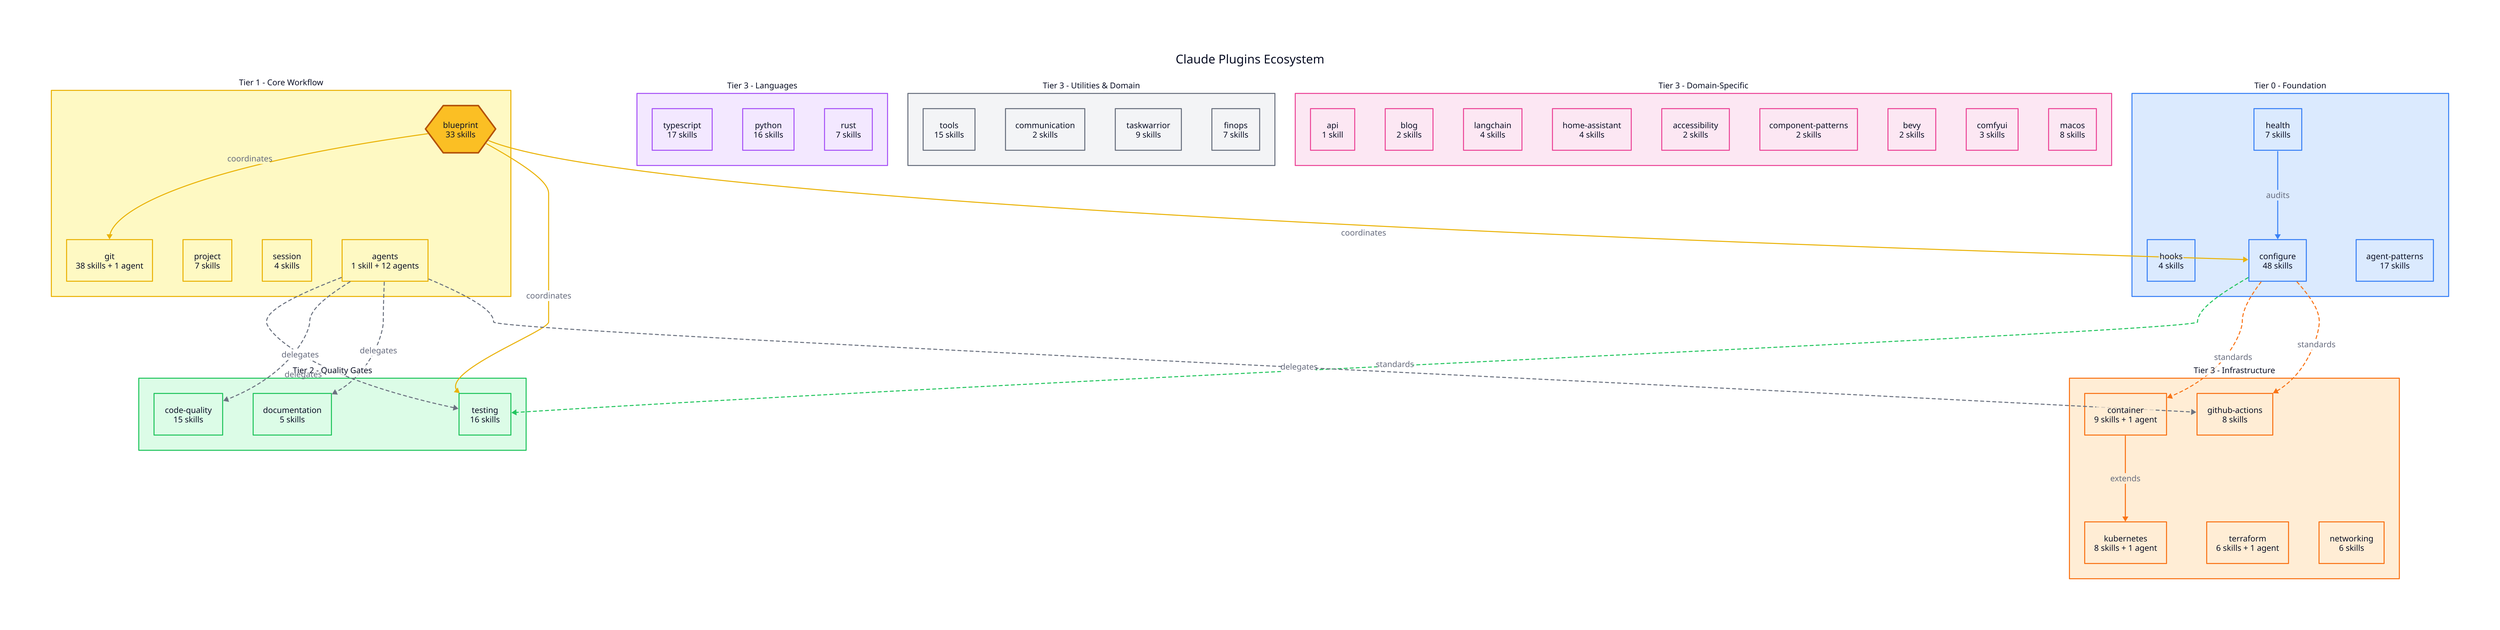
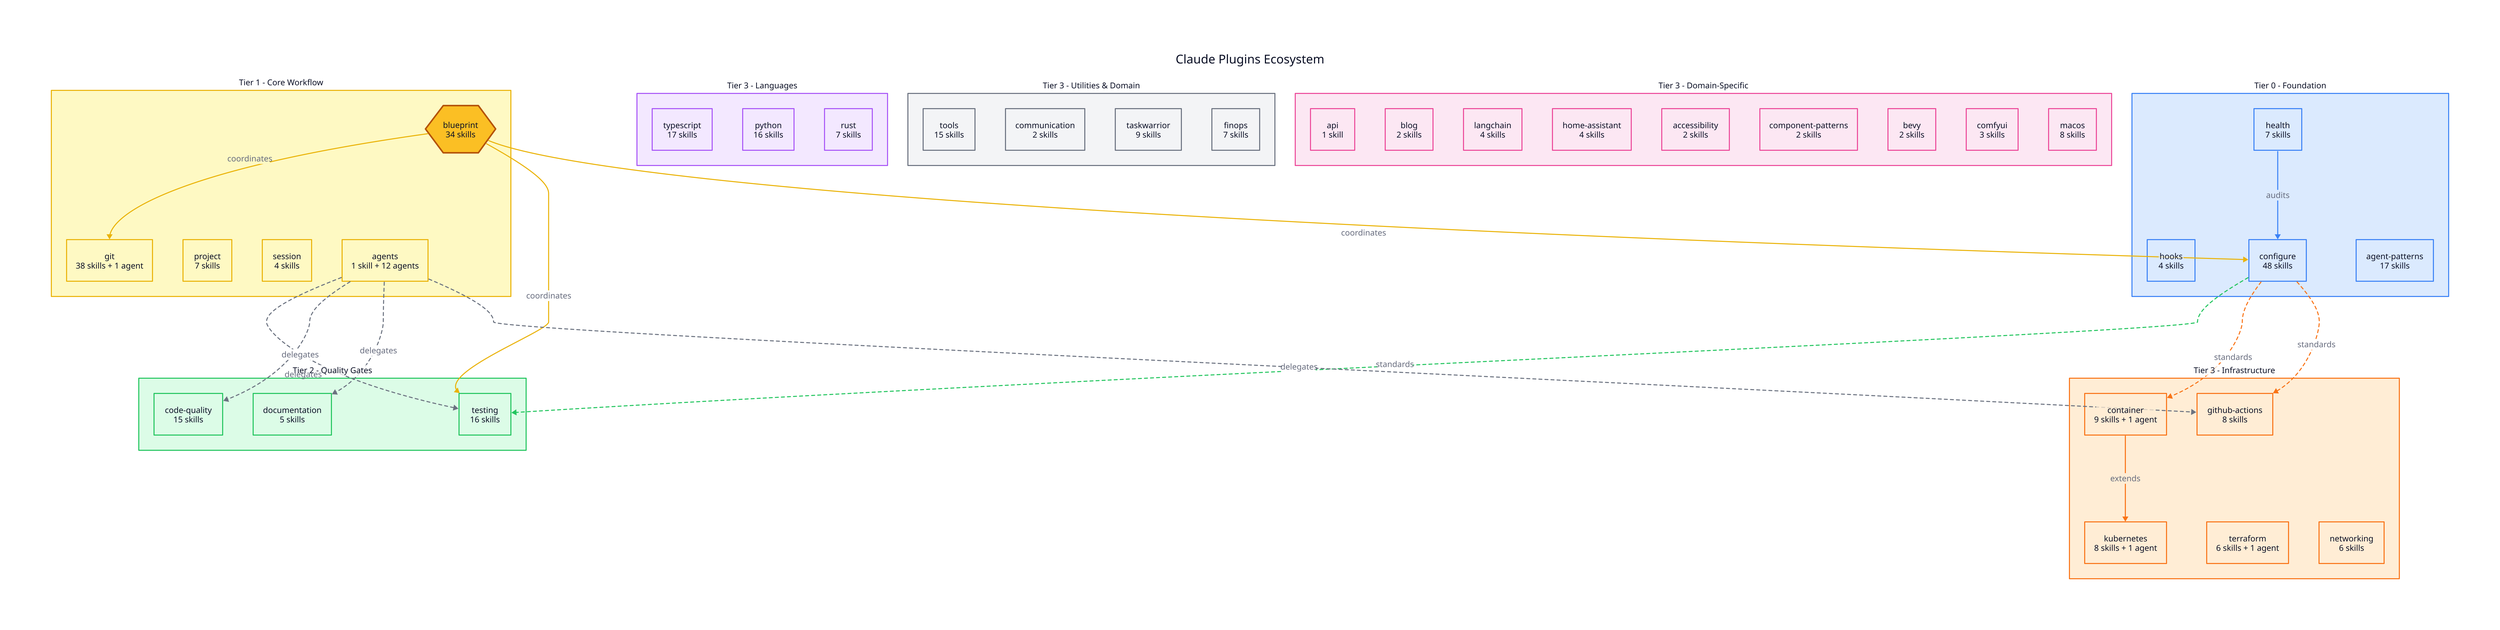
direction: down

title: "Claude Plugins Ecosystem" {
  near: top-center
  shape: text
  style: {
    font-size: 24
    bold: true
  }
}

# === CLASSES ===
classes: {
  foundation: {
    style.fill: "#dbeafe"
    style.stroke: "#3b82f6"
  }
  core: {
    style.fill: "#fef9c3"
    style.stroke: "#eab308"
  }
  quality: {
    style.fill: "#dcfce7"
    style.stroke: "#22c55e"
  }
  language: {
    style.fill: "#f3e8ff"
    style.stroke: "#a855f7"
  }
  infra: {
    style.fill: "#ffedd5"
    style.stroke: "#f97316"
  }
  utility: {
    style.fill: "#f3f4f6"
    style.stroke: "#6b7280"
  }
  domain: {
    style.fill: "#fce7f3"
    style.stroke: "#ec4899"
  }
}

# === TIER 0: FOUNDATION ===
foundation: {
  label: "Tier 0 - Foundation"
  class: foundation
  style.font-size: 16
  style.bold: true

  health: {
    label: "health\n7 skills"
    shape: rectangle
    class: foundation
  }
  hooks: {
    label: "hooks\n4 skills"
    shape: rectangle
    class: foundation
  }
  configure: {
    label: "configure\n48 skills"
    shape: rectangle
    class: foundation
  }
  agent-patterns: {
    label: "agent-patterns\n17 skills"
    shape: rectangle
    class: foundation
  }
}

# === TIER 1: CORE WORKFLOW ===
core: {
  label: "Tier 1 - Core Workflow"
  class: core
  style.font-size: 16
  style.bold: true

  blueprint: {
-     label: "blueprint\n33 skills"
+     label: "blueprint\n34 skills"
    shape: hexagon
    style.fill: "#fbbf24"
    style.stroke: "#b45309"
    style.stroke-width: 3
  }
  git: {
    label: "git\n38 skills + 1 agent"
    shape: rectangle
    class: core
  }
  project: {
    label: "project\n7 skills"
    shape: rectangle
    class: core
  }
  session: {
    label: "session\n4 skills"
    shape: rectangle
    class: core
  }
  agents: {
    label: "agents\n1 skill + 12 agents"
    shape: rectangle
    class: core
  }
}

# === TIER 2: QUALITY GATES ===
quality: {
  label: "Tier 2 - Quality Gates"
  class: quality
  style.font-size: 16
  style.bold: true

  testing: {
    label: "testing\n16 skills"
    shape: rectangle
    class: quality
  }
  code-quality: {
    label: "code-quality\n15 skills"
    shape: rectangle
    class: quality
  }
  documentation: {
    label: "documentation\n5 skills"
    shape: rectangle
    class: quality
  }
}

# === TIER 3: LANGUAGE ===
language: {
  label: "Tier 3 - Languages"
  class: language
  style.font-size: 16
  style.bold: true

  typescript: {
    label: "typescript\n17 skills"
    shape: rectangle
    class: language
  }
  python: {
    label: "python\n16 skills"
    shape: rectangle
    class: language
  }
  rust: {
    label: "rust\n7 skills"
    shape: rectangle
    class: language
  }
}

# === TIER 3: INFRASTRUCTURE ===
infra: {
  label: "Tier 3 - Infrastructure"
  class: infra
  style.font-size: 16
  style.bold: true

  container: {
    label: "container\n9 skills + 1 agent"
    shape: rectangle
    class: infra
  }
  kubernetes: {
    label: "kubernetes\n8 skills + 1 agent"
    shape: rectangle
    class: infra
  }
  terraform: {
    label: "terraform\n6 skills + 1 agent"
    shape: rectangle
    class: infra
  }
  github-actions: {
    label: "github-actions\n8 skills"
    shape: rectangle
    class: infra
  }
  networking: {
    label: "networking\n6 skills"
    shape: rectangle
    class: infra
  }
}

# === TIER 3: UTILITIES & DOMAIN ===
utilities: {
  label: "Tier 3 - Utilities & Domain"
  class: utility
  style.font-size: 16
  style.bold: true

  tools: {
    label: "tools\n15 skills"
    shape: rectangle
    class: utility
  }
  communication: {
    label: "communication\n2 skills"
    shape: rectangle
    class: utility
  }
  taskwarrior: {
    label: "taskwarrior\n9 skills"
    shape: rectangle
    class: utility
  }
  finops: {
    label: "finops\n7 skills"
    shape: rectangle
    class: utility
  }
}

domain: {
  label: "Tier 3 - Domain-Specific"
  class: domain
  style.font-size: 16
  style.bold: true

  api: {
    label: "api\n1 skill"
    shape: rectangle
    class: domain
  }
  blog: {
    label: "blog\n2 skills"
    shape: rectangle
    class: domain
  }
  langchain: {
    label: "langchain\n4 skills"
    shape: rectangle
    class: domain
  }
  home-assistant: {
    label: "home-assistant\n4 skills"
    shape: rectangle
    class: domain
  }
  accessibility: {
    label: "accessibility\n2 skills"
    shape: rectangle
    class: domain
  }
  component-patterns: {
    label: "component-patterns\n2 skills"
    shape: rectangle
    class: domain
  }
  bevy: {
    label: "bevy\n2 skills"
    shape: rectangle
    class: domain
  }
  comfyui: {
    label: "comfyui\n3 skills"
    shape: rectangle
    class: domain
  }
  macos: {
    label: "macos\n8 skills"
    shape: rectangle
    class: domain
  }
}

# === RELATIONSHIPS ===

# Foundation flows
foundation.health -> foundation.configure: "audits" {
  style.stroke: "#3b82f6"
}

# Configure provides standards for
foundation.configure -> quality.testing: "standards" {
  style.stroke: "#22c55e"
  style.stroke-dash: 3
}
foundation.configure -> infra.container: "standards" {
  style.stroke: "#f97316"
  style.stroke-dash: 3
}
foundation.configure -> infra.github-actions: "standards" {
  style.stroke: "#f97316"
  style.stroke-dash: 3
}

# Blueprint coordinates
core.blueprint -> core.git: "coordinates" {
  style.stroke: "#eab308"
}
core.blueprint -> quality.testing: "coordinates" {
  style.stroke: "#eab308"
}
core.blueprint -> foundation.configure: "coordinates" {
  style.stroke: "#eab308"
}

# Agents delegate to
core.agents -> quality.testing: "delegates" {
  style.stroke: "#6b7280"
  style.stroke-dash: 3
}
core.agents -> quality.code-quality: "delegates" {
  style.stroke: "#6b7280"
  style.stroke-dash: 3
}
core.agents -> quality.documentation: "delegates" {
  style.stroke: "#6b7280"
  style.stroke-dash: 3
}
core.agents -> infra.github-actions: "delegates" {
  style.stroke: "#6b7280"
  style.stroke-dash: 3
}

# Infrastructure extends
infra.container -> infra.kubernetes: "extends" {
  style.stroke: "#f97316"
}
